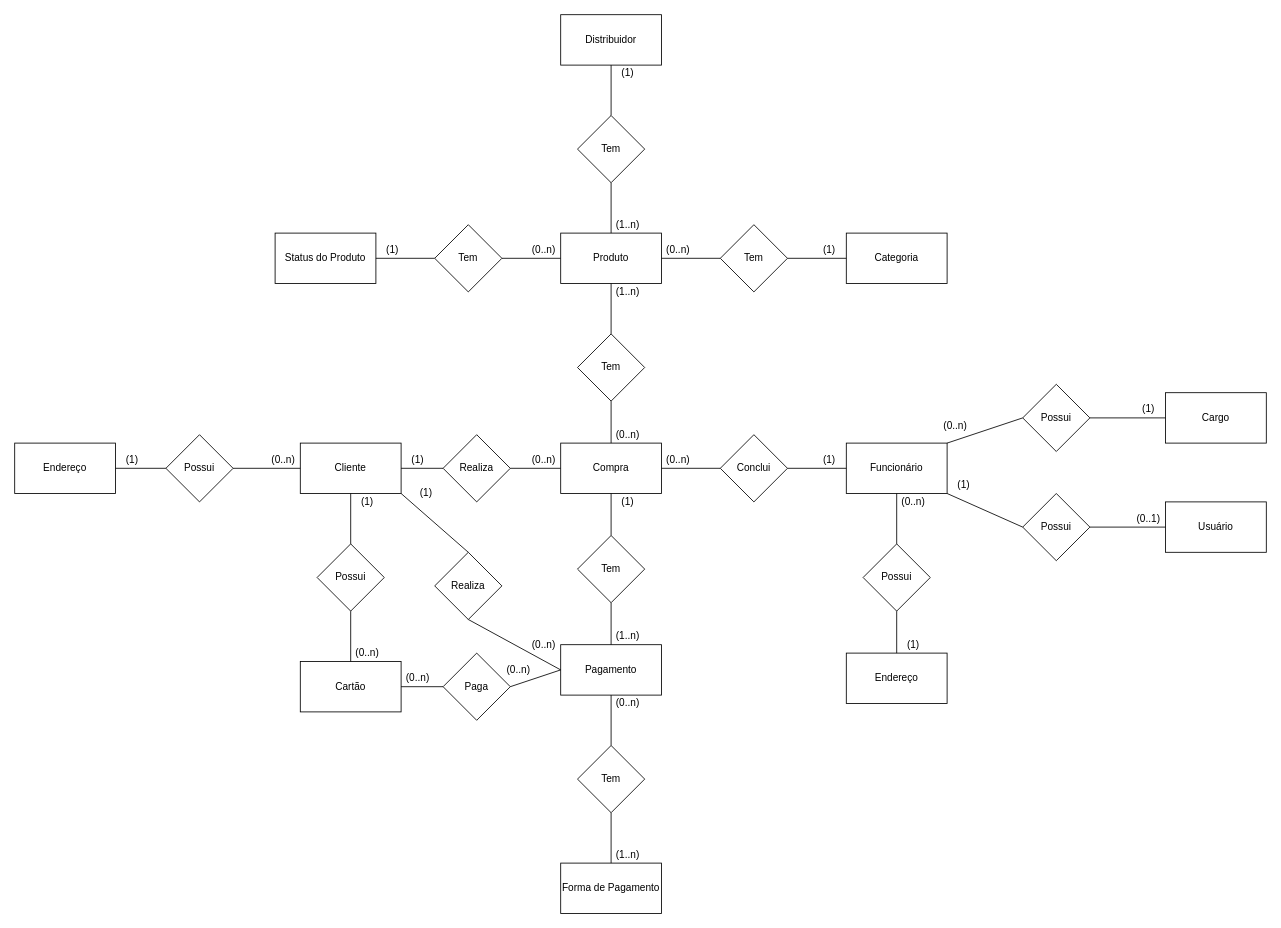
The draw.io diagram DiagramaER.drawio in EdilsonMedeiros/Projeto-Loja, before the edit. Source tidied: cells renumbered, new cells numbered last; positions are measured from the earlier drawing's top-left corner, leaving out a move shared by most shapes. Both pictures are drawn from the tidied source at 84%, with x=0, y=0 at pixel (14, 14).
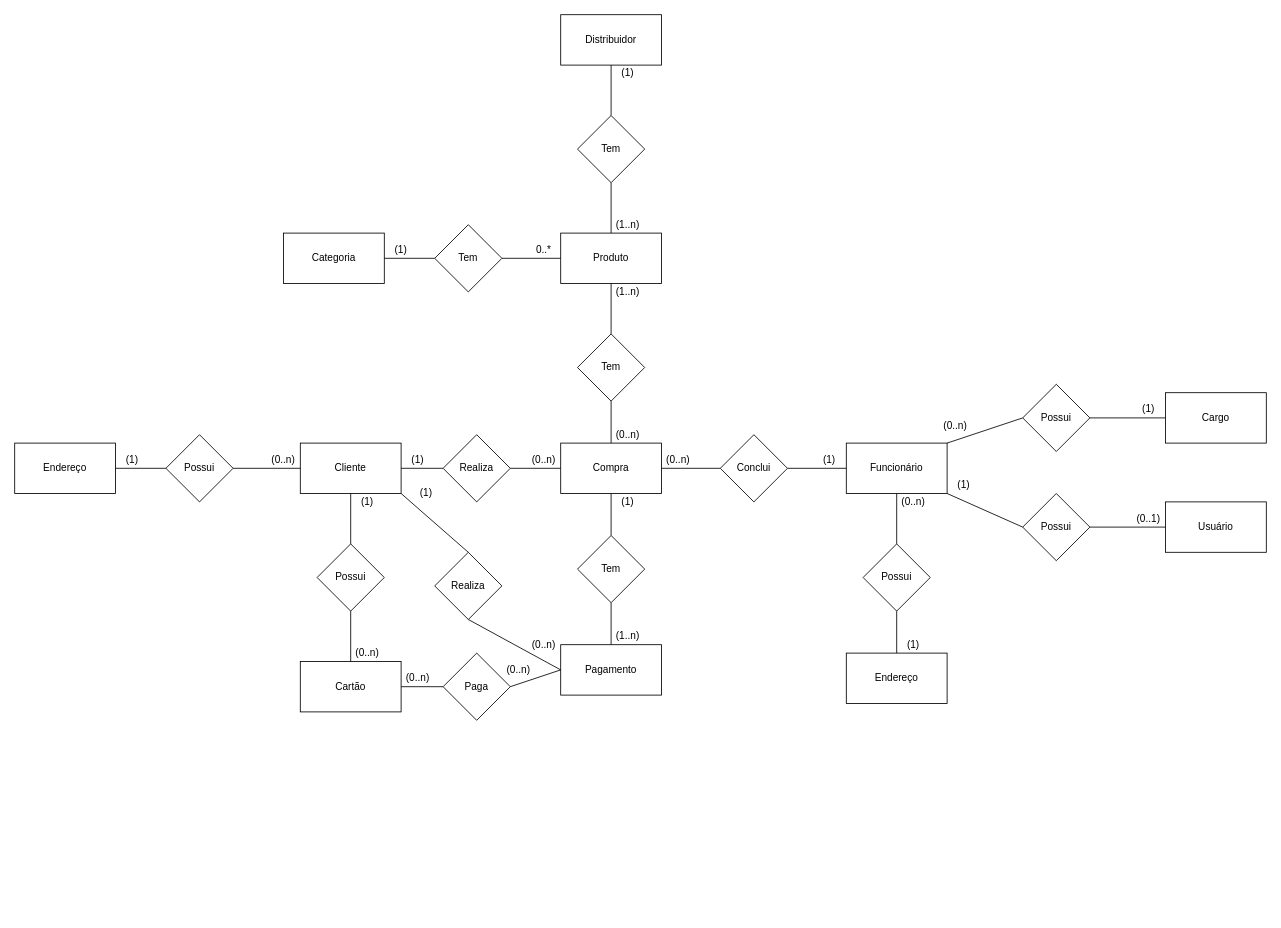
The same page after the edit.

Unchanged cells that the change refers to:
```xml
<mxCell id="4" value="Produto" style="rounded=0;whiteSpace=wrap;html=1;" parent="1" vertex="1">
  <mxGeometry x="650" y="260" width="120" height="60" as="geometry" />
</mxCell>
<mxCell id="9" value="Pagamento" style="rounded=0;whiteSpace=wrap;html=1;" parent="1" vertex="1">
  <mxGeometry x="650" y="750" width="120" height="60" as="geometry" />
</mxCell>
```

Diff of the diagram source:
```diff
@@
-    <mxCell id="5" value="Status do Produto" style="rounded=0;whiteSpace=wrap;html=1;" parent="1" vertex="1">
-      <mxGeometry x="310" y="260" width="120" height="60" as="geometry" />
-    </mxCell>
-    <mxCell id="6" value="Categoria" style="rounded=0;whiteSpace=wrap;html=1;" parent="1" vertex="1">
-      <mxGeometry x="990" y="260" width="120" height="60" as="geometry" />
-    </mxCell>
@@
-    <mxCell id="8" value="Forma de Pagamento" style="rounded=0;whiteSpace=wrap;html=1;" parent="1" vertex="1">
-      <mxGeometry x="650" y="1010" width="120" height="60" as="geometry" />
-    </mxCell>
@@
-    <mxCell id="23" value="Tem" style="rhombus;whiteSpace=wrap;html=1;" parent="1" vertex="1">
-      <mxGeometry x="500" y="250" width="80" height="80" as="geometry" />
-    </mxCell>
-    <mxCell id="24" style="endArrow=none;html=1;exitX=1;exitY=0.5;exitDx=0;exitDy=0;entryX=0;entryY=0.5;entryDx=0;entryDy=0;" parent="1" edge="1" source="23" target="4">
-      <mxGeometry relative="1" as="geometry" />
-    </mxCell>
-    <mxCell id="25" style="endArrow=none;html=1;exitX=1;exitY=0.5;exitDx=0;exitDy=0;entryX=0;entryY=0.5;entryDx=0;entryDy=0;" parent="1" edge="1" source="5" target="23">
-      <mxGeometry relative="1" as="geometry" />
-    </mxCell>
-    <mxCell id="26" value="Tem" style="rhombus;whiteSpace=wrap;html=1;" parent="1" vertex="1">
-      <mxGeometry x="840" y="250" width="80" height="80" as="geometry" />
-    </mxCell>
-    <mxCell id="27" style="endArrow=none;html=1;entryX=0;entryY=0.5;entryDx=0;entryDy=0;exitX=1;exitY=0.5;exitDx=0;exitDy=0;" parent="1" edge="1" source="4" target="26">
-      <mxGeometry relative="1" as="geometry" />
-    </mxCell>
-    <mxCell id="28" style="endArrow=none;html=1;entryX=0;entryY=0.5;entryDx=0;entryDy=0;exitX=1;exitY=0.5;exitDx=0;exitDy=0;" parent="1" edge="1" source="26" target="6">
-      <mxGeometry relative="1" as="geometry" />
-    </mxCell>
-    <mxCell id="29" value="(1)" style="text;html=1;strokeColor=none;fillColor=none;align=center;verticalAlign=middle;whiteSpace=wrap;rounded=0;" parent="1" vertex="1">
-      <mxGeometry x="430" y="270" width="40" height="20" as="geometry" />
-    </mxCell>
-    <mxCell id="30" value="(0..n)" style="text;html=1;strokeColor=none;fillColor=none;align=center;verticalAlign=middle;whiteSpace=wrap;rounded=0;" parent="1" vertex="1">
-      <mxGeometry x="610" y="270" width="40" height="20" as="geometry" />
-    </mxCell>
-    <mxCell id="31" value="(0..n)" style="text;html=1;strokeColor=none;fillColor=none;align=center;verticalAlign=middle;whiteSpace=wrap;rounded=0;" parent="1" vertex="1">
-      <mxGeometry x="770" y="270" width="40" height="20" as="geometry" />
-    </mxCell>
-    <mxCell id="32" value="(1)" style="text;html=1;strokeColor=none;fillColor=none;align=center;verticalAlign=middle;whiteSpace=wrap;rounded=0;" parent="1" vertex="1">
-      <mxGeometry x="950" y="270" width="40" height="20" as="geometry" />
-    </mxCell>
@@
-    <mxCell id="48" value="Tem" style="rhombus;whiteSpace=wrap;html=1;" parent="1" vertex="1">
-      <mxGeometry x="670" y="870" width="80" height="80" as="geometry" />
-    </mxCell>
-    <mxCell id="49" value="(1..n)" style="text;html=1;strokeColor=none;fillColor=none;align=center;verticalAlign=middle;whiteSpace=wrap;rounded=0;" parent="1" vertex="1">
-      <mxGeometry x="710" y="990" width="40" height="20" as="geometry" />
-    </mxCell>
-    <mxCell id="50" value="(0..n)" style="text;html=1;strokeColor=none;fillColor=none;align=center;verticalAlign=middle;whiteSpace=wrap;rounded=0;" parent="1" vertex="1">
-      <mxGeometry x="710" y="810" width="40" height="20" as="geometry" />
-    </mxCell>
@@
-    <mxCell id="52" style="endArrow=none;html=1;entryX=0.5;entryY=1;entryDx=0;entryDy=0;exitX=0.5;exitY=0;exitDx=0;exitDy=0;" parent="1" edge="1" source="48" target="9">
-      <mxGeometry relative="1" as="geometry" />
-    </mxCell>
-    <mxCell id="53" style="endArrow=none;html=1;exitX=0.5;exitY=0;exitDx=0;exitDy=0;entryX=0.5;entryY=1;entryDx=0;entryDy=0;" parent="1" edge="1" source="8" target="48">
-      <mxGeometry relative="1" as="geometry" />
-    </mxCell>
@@
+    <mxCell id="6" value="Categoria" style="rounded=0;whiteSpace=wrap;html=1;" parent="1" vertex="1">
+      <mxGeometry x="320" y="260" width="120" height="60" as="geometry" />
+    </mxCell>
+    <mxCell id="23" value="Tem" style="rhombus;whiteSpace=wrap;html=1;" parent="1" vertex="1">
+      <mxGeometry x="500" y="250" width="80" height="80" as="geometry" />
+    </mxCell>
+    <mxCell id="24" style="endArrow=none;html=1;entryX=0;entryY=0.5;entryDx=0;entryDy=0;exitX=1;exitY=0.5;exitDx=0;exitDy=0;" parent="1" edge="1" source="23" target="4">
+      <mxGeometry relative="1" as="geometry" />
+    </mxCell>
+    <mxCell id="91" style="endArrow=none;html=1;exitX=1;exitY=0.5;exitDx=0;exitDy=0;entryX=0;entryY=0.5;entryDx=0;entryDy=0;" parent="1" edge="1" source="6" target="23">
+      <mxGeometry relative="1" as="geometry" />
+    </mxCell>
+    <mxCell id="92" value="0..*" style="text;html=1;strokeColor=none;fillColor=none;align=center;verticalAlign=middle;whiteSpace=wrap;rounded=0;" parent="1" vertex="1">
+      <mxGeometry x="610" y="270" width="40" height="20" as="geometry" />
+    </mxCell>
+    <mxCell id="93" value="(1)" style="text;html=1;strokeColor=none;fillColor=none;align=center;verticalAlign=middle;whiteSpace=wrap;rounded=0;" parent="1" vertex="1">
+      <mxGeometry x="440" y="270" width="40" height="20" as="geometry" />
+    </mxCell>
```
